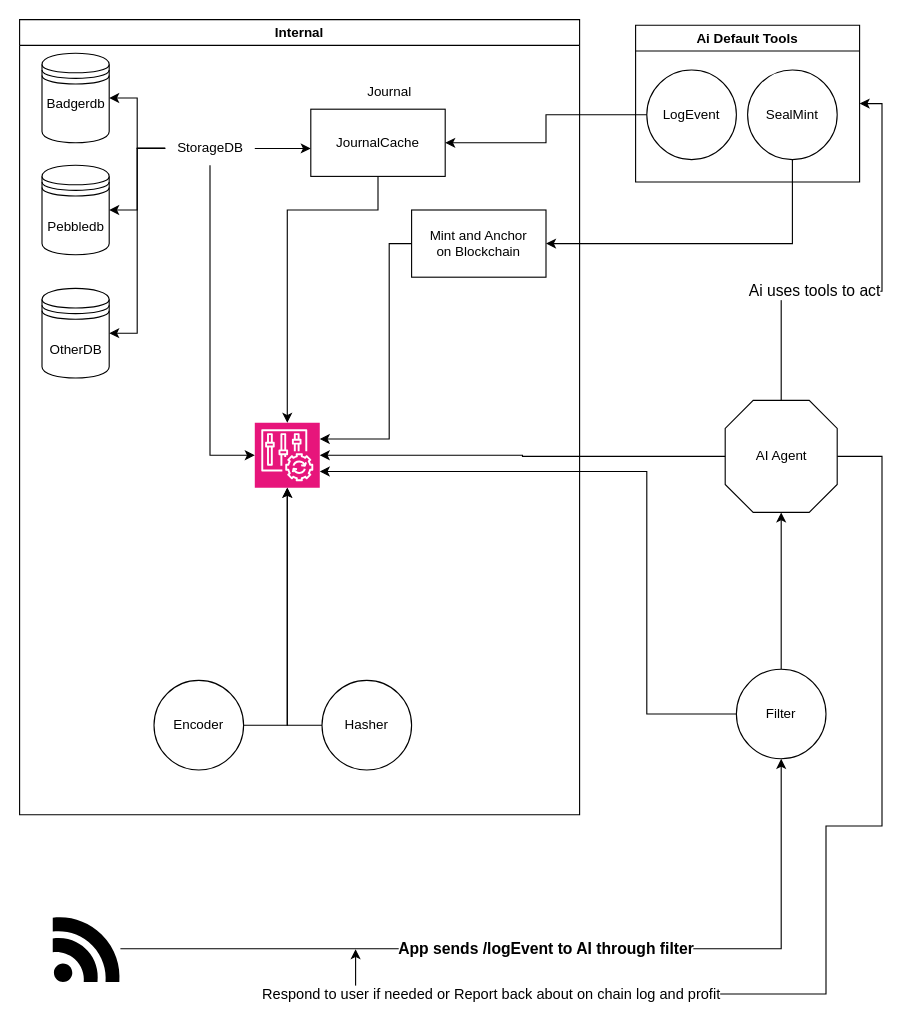
The draw.io diagram docs/crosstrace.drawio in rawbytedev/CrossTrace, before the edit. Source tidied: cells renumbered, new cells numbered last; positions are measured from the earlier drawing's top-left corner, leaving out a move shared by most shapes. Both pictures are drawn from the tidied source at 112%, with x=0, y=0 at pixel (19, 19).
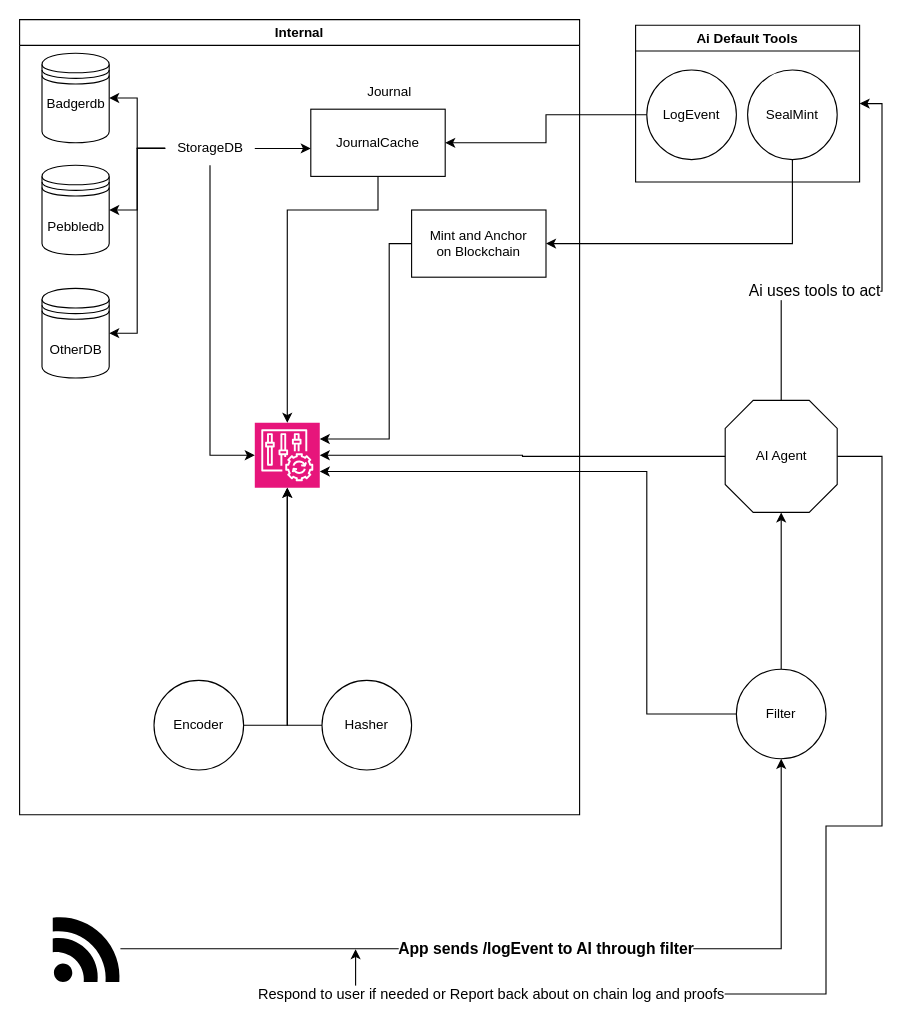
The same diagram, later.

The change refers to these unchanged cells:
```xml
<mxCell id="14" style="edgeStyle=orthogonalEdgeStyle;rounded=0;jettySize=auto;html=1;" parent="13" edge="1" source="16">
  <mxGeometry relative="1" as="geometry">
    <mxPoint x="-330" y="490" as="targetPoint" />
    <Array as="points">
      <mxPoint x="140" y="50" />
      <mxPoint x="140" y="380" />
      <mxPoint x="90" y="380" />
      <mxPoint x="90" y="530" />
      <mxPoint x="-330" y="530" />
    </Array>
  </mxGeometry>
</mxCell>
```

Change to the diagram source:
```diff
@@
-    <mxCell id="15" value="&lt;font style=&quot;font-size: 13px;&quot;&gt;Respond to user if needed or Report back about on chain log and profit&lt;/font&gt;" style="edgeLabel;html=1;align=center;verticalAlign=middle;" parent="14" vertex="1">
+    <mxCell id="15" value="&lt;font style=&quot;font-size: 13px;&quot;&gt;Respond to user if needed or Report back about on chain log and proofs&lt;/font&gt;" style="edgeLabel;html=1;align=center;verticalAlign=middle;" parent="14" vertex="1">
       <mxGeometry x="0.69" y="-1" relative="1" as="geometry" />
     </mxCell>
```
